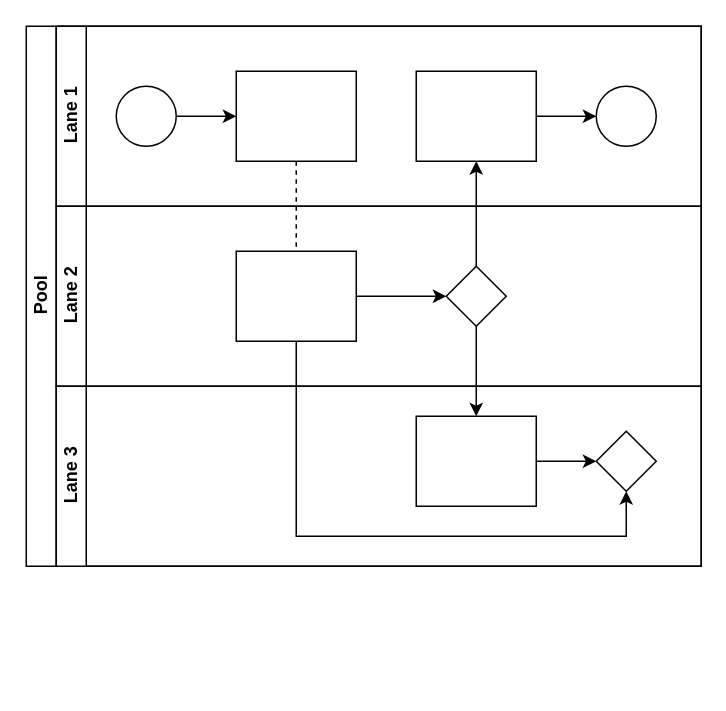
This is 未命名绘图.drawio from BeanFan/create-app-react-activation, a draw.io file, before an edit. Source tidied: cells renumbered, new cells numbered last; positions are measured from the earlier drawing's top-left corner, leaving out a move shared by most shapes. Both pictures are drawn from the tidied source at 150%, with x=0, y=0 at pixel (26, 26).
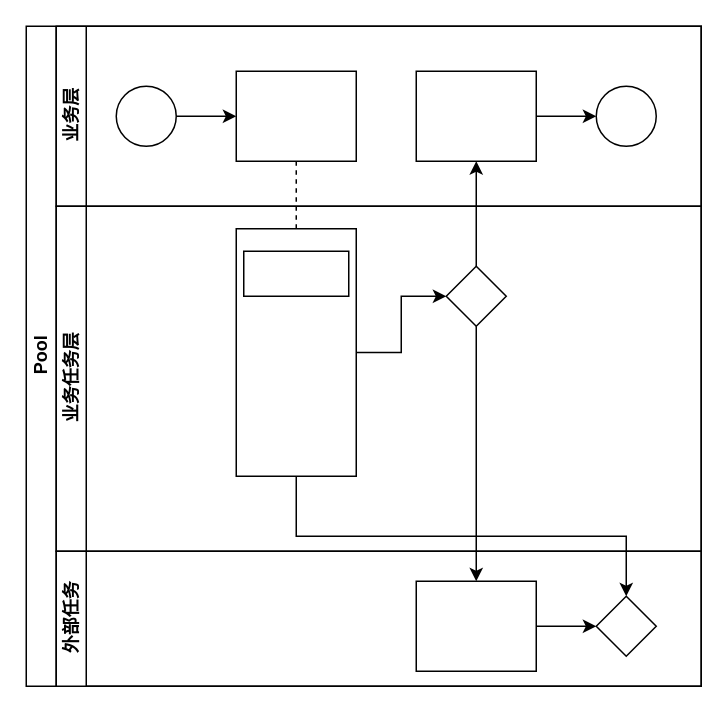
Above is the later version.

Commit message:
更新未命名绘图.drawio

What changed in the source:
```diff
@@
     <mxCell id="2" value="Pool" style="swimlane;html=1;horizontal=0;startSize=20;" parent="1" vertex="1">
-      <mxGeometry width="450" height="360" as="geometry" />
+      <mxGeometry width="450" height="440" as="geometry" />
     </mxCell>
@@
-    <mxCell id="7" value="Lane 1" style="swimlane;html=1;startSize=20;horizontal=0;" parent="2" vertex="1">
+    <mxCell id="7" value="业务层" style="swimlane;html=1;startSize=20;horizontal=0;" parent="2" vertex="1">
       <mxGeometry x="20" width="430" height="120" as="geometry" />
     </mxCell>
@@
-    <mxCell id="14" value="Lane 2" style="swimlane;html=1;startSize=20;horizontal=0;" parent="2" vertex="1">
-      <mxGeometry x="20" y="120" width="430" height="120" as="geometry" />
+    <mxCell id="14" value="业务任务层&lt;br&gt;" style="swimlane;html=1;startSize=20;horizontal=0;" parent="2" vertex="1">
+      <mxGeometry x="20" y="120" width="430" height="230" as="geometry" />
     </mxCell>
@@
     <mxCell id="16" style="rounded=0;whiteSpace=wrap;html=1;fontFamily=Helvetica;fontSize=12;fontColor=#000000;align=center;" parent="14" vertex="1">
-      <mxGeometry x="120" y="30" width="80" height="60" as="geometry" />
+      <mxGeometry x="120" y="15" width="80" height="165" as="geometry" />
     </mxCell>
@@
+    <mxCell id="22" style="rounded=0;whiteSpace=wrap;html=1;" parent="14" vertex="1">
+      <mxGeometry x="125" y="30" width="70" height="30" as="geometry" />
+    </mxCell>
-    <mxCell id="18" value="Lane 3" style="swimlane;html=1;startSize=20;horizontal=0;" parent="2" vertex="1">
-      <mxGeometry x="20" y="240" width="430" height="120" as="geometry" />
+    <mxCell id="18" value="外部任务&lt;br&gt;" style="swimlane;html=1;startSize=20;horizontal=0;" parent="2" vertex="1">
+      <mxGeometry x="20" y="350" width="430" height="90" as="geometry" />
     </mxCell>
```
